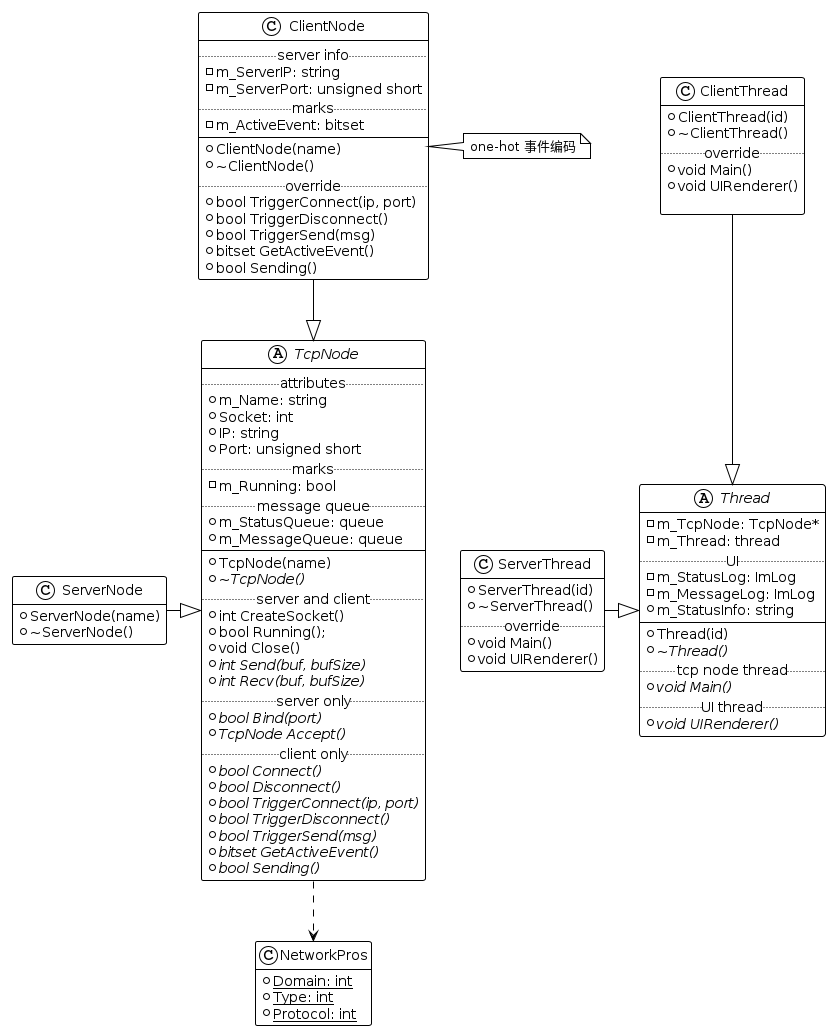
This is doc/relationship.png from CJY-C/tcp, a PlantUML export, as it was before one commit.
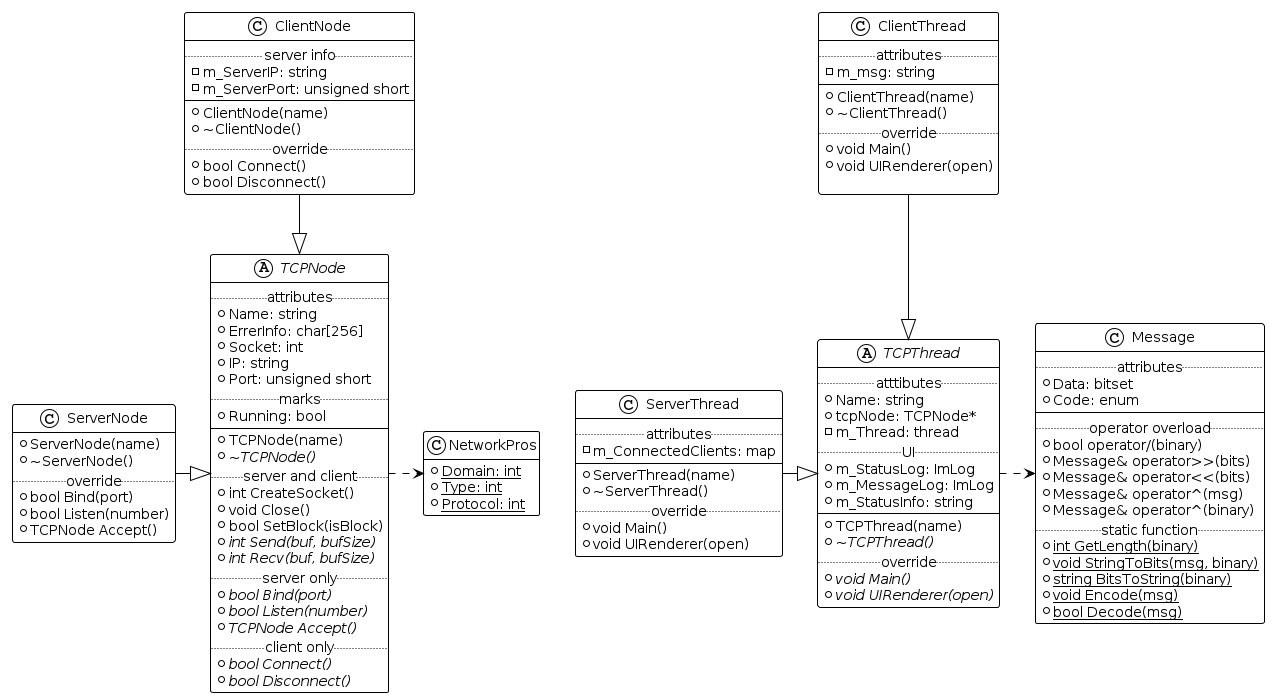
Above is the later version.

Change to the diagram source:
```diff
@@ -2,12 +2,13 @@
 !theme plain
 !include ./design.puml
 
-TcpNode ..> NetworkPros
+TCPNode .> NetworkPros
+TCPThread .> Message
 
-ServerNode -|> TcpNode
-ClientNode --|> TcpNode
+ServerNode -|> TCPNode
+ClientNode --|> TCPNode
 
-ServerThread -|> Thread
-ClientThread --|> Thread
+ServerThread -|> TCPThread
+ClientThread --|> TCPThread
 
 @enduml
```
